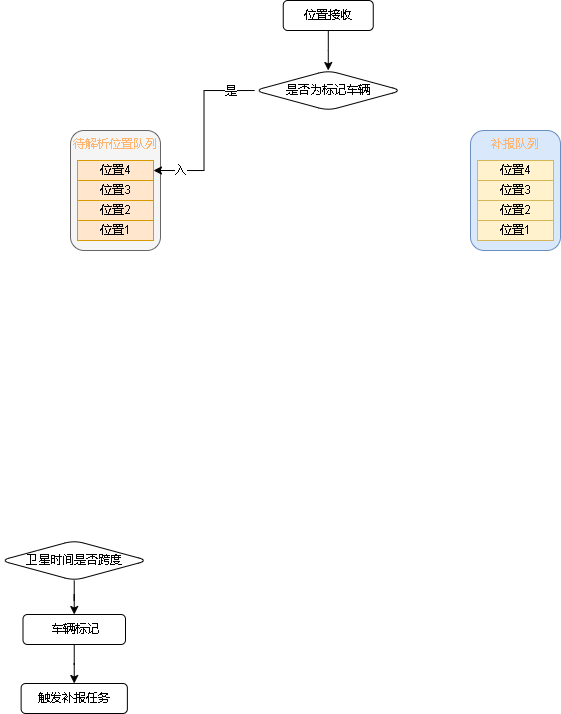
Before: 809数据跨度.drawio.png, a diagram exported from draw.io (xktder/draw). Source tidied: cells renumbered, new cells last; positions are measured from the earlier drawing's top-left corner, leaving out a move shared by most shapes.
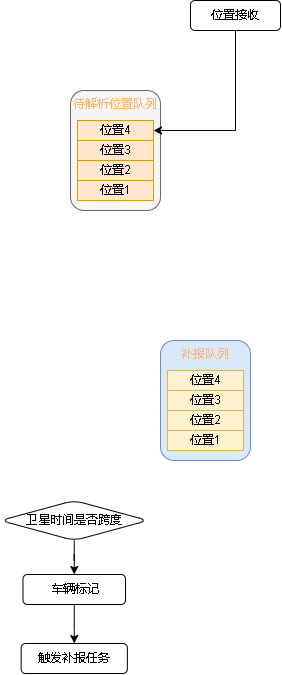
Later version of the same file.

Commit message:
更新809数据跨度.drawio.png

The edit, as a diff of the source:
```diff
@@ -2,11 +2,8 @@
   <root>
     <mxCell id="0" />
     <mxCell id="1" parent="0" />
-    <mxCell id="2" style="edgeStyle=orthogonalEdgeStyle;rounded=0;jettySize=auto;html=1;" parent="1" edge="1" source="3" target="9">
-      <mxGeometry relative="1" as="geometry" />
-    </mxCell>
     <mxCell id="3" value="位置接收" style="rounded=1;whiteSpace=wrap;html=1;" parent="1" vertex="1">
-      <mxGeometry x="282.8" width="90" height="30" as="geometry" />
+      <mxGeometry x="190" y="40" width="90" height="30" as="geometry" />
     </mxCell>
     <mxCell id="4" style="edgeStyle=orthogonalEdgeStyle;rounded=0;jettySize=auto;html=1;" parent="1" edge="1" source="5" target="7">
       <mxGeometry relative="1" as="geometry" />
@@ -23,9 +20,6 @@
     <mxCell id="8" value="触发补报任务" style="whiteSpace=wrap;html=1;rounded=1;" parent="1" vertex="1">
       <mxGeometry x="20.6" y="683" width="106.2" height="30" as="geometry" />
     </mxCell>
-    <mxCell id="9" value="是否为标记车辆" style="rhombus;whiteSpace=wrap;html=1;rounded=1;" parent="1" vertex="1">
-      <mxGeometry x="254" y="70" width="147.5" height="40" as="geometry" />
-    </mxCell>
     <mxCell id="10" style="group;" parent="1" vertex="1">
       <mxGeometry x="70" y="130" width="90" height="120" as="geometry" />
     </mxCell>
@@ -45,7 +39,7 @@
       <mxGeometry x="7" y="90" width="76" height="20" as="geometry" />
     </mxCell>
     <mxCell id="16" style="group;" parent="1" vertex="1">
-      <mxGeometry x="470" y="130" width="90" height="120" as="geometry" />
+      <mxGeometry x="160" y="380" width="90" height="120" as="geometry" />
     </mxCell>
     <mxCell id="17" value="&lt;font color=&quot;#ffb570&quot;&gt;补报队列&lt;/font&gt;" style="rounded=1;whiteSpace=wrap;html=1;verticalAlign=top;fillColor=#dae8fc;strokeColor=#6c8ebf;" parent="16" vertex="1">
       <mxGeometry width="90" height="120" as="geometry" />
@@ -62,18 +56,8 @@
     <mxCell id="21" value="&lt;font color=&quot;#000000&quot;&gt;位置1&lt;/font&gt;" style="rounded=0;whiteSpace=wrap;html=1;fillColor=#fff2cc;strokeColor=#d6b656;" parent="16" vertex="1">
       <mxGeometry x="7" y="90" width="76" height="20" as="geometry" />
     </mxCell>
-    <mxCell id="22" style="edgeStyle=orthogonalEdgeStyle;rounded=0;jettySize=auto;html=1;fontColor=#000000;entryX=1;entryY=0.5;entryDx=0;entryDy=0;" parent="1" edge="1" source="9" target="12">
-      <mxGeometry relative="1" as="geometry" />
-    </mxCell>
-    <mxCell id="23" value="是" style="edgeLabel;html=1;align=center;verticalAlign=middle;fontColor=#000000;" parent="22" vertex="1">
-      <mxGeometry x="-0.68" y="1" relative="1" as="geometry">
-        <mxPoint x="5" as="offset" />
-      </mxGeometry>
-    </mxCell>
-    <mxCell id="24" value="入" style="edgeLabel;html=1;align=center;verticalAlign=middle;fontColor=#000000;" parent="22" vertex="1">
-      <mxGeometry x="0.76" y="-3" relative="1" as="geometry">
-        <mxPoint x="5" y="3" as="offset" />
-      </mxGeometry>
-    </mxCell>
+    <mxCell id="25" style="edgeStyle=orthogonalEdgeStyle;rounded=0;jettySize=auto;html=1;entryX=1;entryY=0.5;entryDx=0;entryDy=0;fontColor=#000000;exitX=0.5;exitY=1;exitDx=0;exitDy=0;" parent="1" edge="1" source="3" target="12">
+      <mxGeometry relative="1" as="geometry" />
+    </mxCell>
   </root>
 </mxGraphModel>
```
